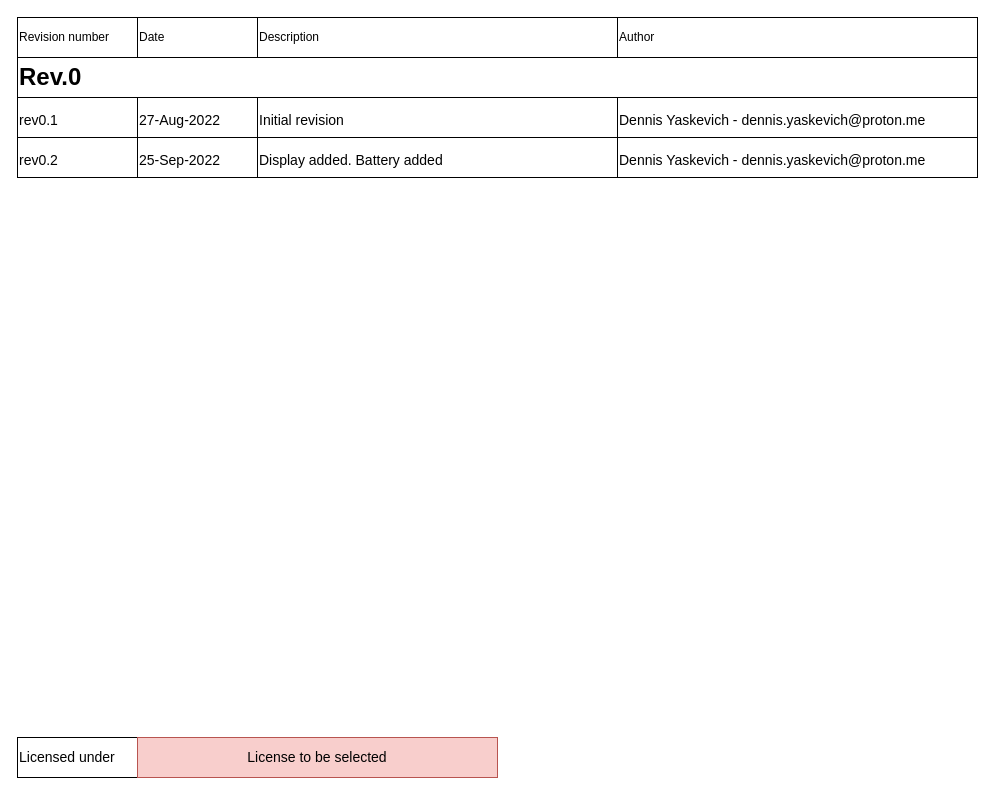
Before: page "Revision history" (2 of 2) of Block diagramm/Flexi-TEER_diagramm.drawio in mdanderson03/Flexi-TEER, a draw.io diagram. Source tidied: cells renumbered, new cells numbered last; positions are measured from the earlier drawing's top-left corner, leaving out a move shared by most shapes. Both pictures are drawn from the tidied source at 100%, with x=0, y=0 at pixel (17, 17).
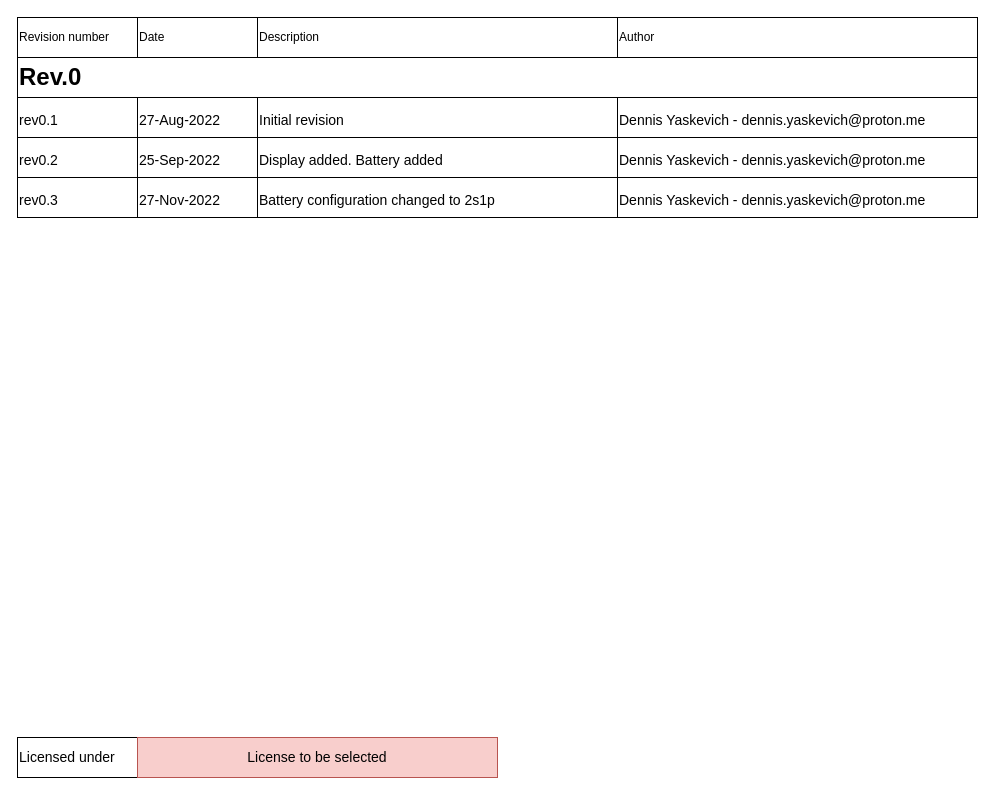
The same diagram, later.

Diff of the diagram source:
```diff
@@
+    <mxCell id="17" value="&lt;h1&gt;&lt;span style=&quot;background-color: initial; font-size: 14px; font-weight: normal;&quot;&gt;rev0.3&lt;/span&gt;&lt;/h1&gt;" style="rounded=0;whiteSpace=wrap;html=1;align=left;" parent="1" vertex="1">
+      <mxGeometry y="160" width="120" height="40" as="geometry" />
+    </mxCell>
+    <mxCell id="18" value="&lt;h1&gt;&lt;span style=&quot;font-size: 14px; font-weight: 400; text-align: center;&quot;&gt;27&lt;/span&gt;&lt;span style=&quot;font-size: 14px; font-weight: 400; background-color: initial;&quot;&gt;-Nov-2022&lt;/span&gt;&lt;br&gt;&lt;/h1&gt;" style="rounded=0;whiteSpace=wrap;html=1;align=left;" parent="1" vertex="1">
+      <mxGeometry x="120" y="160" width="120" height="40" as="geometry" />
+    </mxCell>
+    <mxCell id="19" value="&lt;h1&gt;&lt;span style=&quot;font-size: 14px; font-weight: 400;&quot;&gt;Battery configuration changed to 2s1p&lt;/span&gt;&lt;/h1&gt;" style="rounded=0;whiteSpace=wrap;html=1;align=left;" parent="1" vertex="1">
+      <mxGeometry x="240" y="160" width="360" height="40" as="geometry" />
+    </mxCell>
+    <mxCell id="20" value="&lt;h1&gt;&lt;span style=&quot;background-color: initial; font-size: 14px; font-weight: normal;&quot;&gt;Dennis Yaskevich - dennis.yaskevich@proton.me&lt;br&gt;&lt;/span&gt;&lt;/h1&gt;" style="rounded=0;whiteSpace=wrap;html=1;align=left;" parent="1" vertex="1">
+      <mxGeometry x="600" y="160" width="360" height="40" as="geometry" />
+    </mxCell>
```
